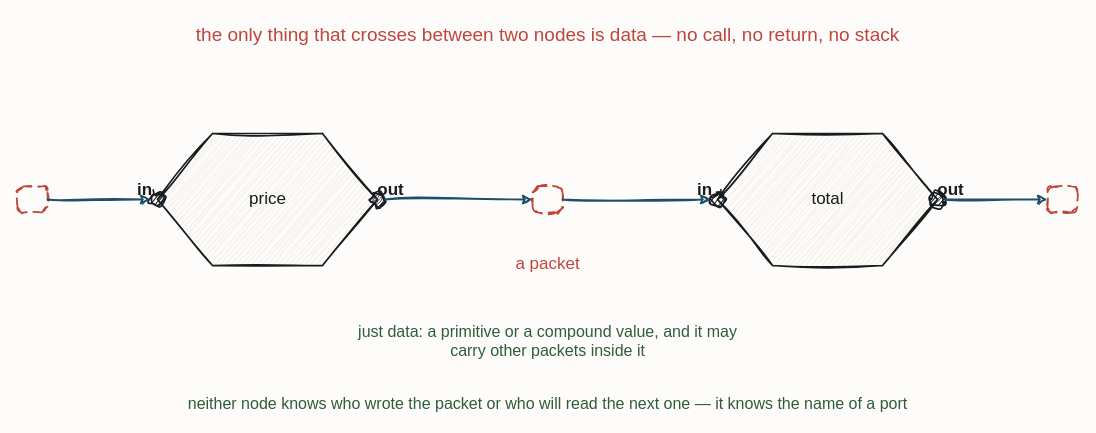
iancooper/practical-messaging keeps this draw.io diagram as resources/flow-two-nodes.drawio. Above is the earlier version. Source tidied: cells renumbered, new cells numbered last; positions are measured from the earlier drawing's top-left corner, leaving out a move shared by most shapes. Both pictures are drawn from the tidied source at 100%, with x=0, y=0 at pixel (17, 17).
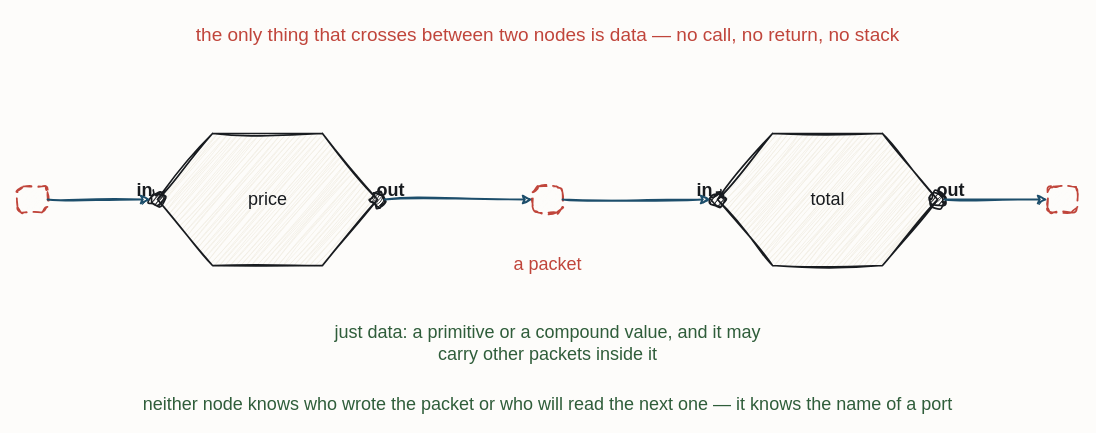
The same diagram, later.

The change refers to these unchanged cells:
```xml
<mxCell id="4" style="sketch=1;hachureGap=4;jiggle=2;curveFitting=1;fontFamily=Caveat;html=1;ellipse;verticalLabelPosition=bottom;verticalAlign=top;strokeColor=#181B1F;strokeWidth=1.7;fillColor=#181B1F;fontColor=#181B1F;fontSize=14;" parent="1" vertex="1">
  <mxGeometry x="133" y="175" width="14" height="14" as="geometry" />
</mxCell>
<mxCell id="6" style="sketch=1;hachureGap=4;jiggle=2;curveFitting=1;fontFamily=Caveat;html=1;ellipse;verticalLabelPosition=bottom;verticalAlign=top;strokeColor=#181B1F;strokeWidth=1.7;fillColor=#181B1F;fontColor=#181B1F;fontSize=14;" parent="1" vertex="1">
  <mxGeometry x="353" y="175" width="14" height="14" as="geometry" />
</mxCell>
<mxCell id="9" style="sketch=1;hachureGap=4;jiggle=2;curveFitting=1;fontFamily=Caveat;html=1;ellipse;verticalLabelPosition=bottom;verticalAlign=top;strokeColor=#181B1F;strokeWidth=1.7;fillColor=#181B1F;fontColor=#181B1F;fontSize=14;" parent="1" vertex="1">
  <mxGeometry x="693" y="175" width="14" height="14" as="geometry" />
</mxCell>
<mxCell id="11" style="sketch=1;hachureGap=4;jiggle=2;curveFitting=1;fontFamily=Caveat;html=1;ellipse;verticalLabelPosition=bottom;verticalAlign=top;strokeColor=#181B1F;strokeWidth=1.7;fillColor=#181B1F;fontColor=#181B1F;fontSize=14;" parent="1" vertex="1">
  <mxGeometry x="913" y="175" width="14" height="14" as="geometry" />
</mxCell>
<mxCell id="13" style="sketch=1;hachureGap=4;jiggle=2;curveFitting=1;fontFamily=Caveat;html=1;rounded=1;arcSize=22;dashed=1;dashPattern=5 4;strokeColor=#C0453B;strokeWidth=1.7;fillColor=#FDFCFA;fontColor=#C0453B;fontSize=13;" parent="1" vertex="1">
  <mxGeometry y="169" width="30" height="26" as="geometry" />
</mxCell>
<mxCell id="14" style="sketch=1;hachureGap=4;jiggle=2;curveFitting=1;fontFamily=Caveat;html=1;rounded=1;arcSize=22;dashed=1;dashPattern=5 4;strokeColor=#C0453B;strokeWidth=1.7;fillColor=#FDFCFA;fontColor=#C0453B;fontSize=13;" parent="1" vertex="1">
  <mxGeometry x="515" y="169" width="30" height="26" as="geometry" />
</mxCell>
<mxCell id="15" style="sketch=1;hachureGap=4;jiggle=2;curveFitting=1;fontFamily=Caveat;html=1;rounded=1;arcSize=22;dashed=1;dashPattern=5 4;strokeColor=#C0453B;strokeWidth=1.7;fillColor=#FDFCFA;fontColor=#C0453B;fontSize=13;" parent="1" vertex="1">
  <mxGeometry x="1030" y="169" width="30" height="26" as="geometry" />
</mxCell>
```

Change to the diagram source:
```diff
@@
-    <mxCell id="3" value="price" style="sketch=1;hachureGap=4;jiggle=2;curveFitting=1;fontFamily=Caveat;html=1;shape=hexagon;perimeter=hexagonPerimeter2;strokeColor=#181B1F;strokeWidth=1.7;fillColor=#F3EFE6;fontColor=#181B1F;fontSize=17;" parent="1" vertex="1">
+    <mxCell id="3" value="price" style="sketch=1;hachureGap=4;jiggle=2;curveFitting=1;fontFamily=Caveat;html=1;shape=hexagon;perimeter=hexagonPerimeter2;strokeColor=#181B1F;strokeWidth=1.7;fillColor=#F3EFE6;fontColor=#181B1F;fontSize=18;" parent="1" vertex="1">
       <mxGeometry x="140" y="116" width="220" height="132" as="geometry" />
     </mxCell>
@@
-    <mxCell id="5" value="in" style="text;html=1;align=center;fontFamily=Caveat;fontSize=17;fontColor=#181B1F;fontStyle=1;" parent="1" vertex="1">
+    <mxCell id="5" value="in" style="text;html=1;align=center;fontFamily=Caveat;fontSize=18;fontColor=#181B1F;fontStyle=1;" parent="1" vertex="1">
       <mxGeometry x="67" y="156" width="120" height="20" as="geometry" />
     </mxCell>
@@
-    <mxCell id="7" value="out" style="text;html=1;align=center;fontFamily=Caveat;fontSize=17;fontColor=#181B1F;fontStyle=1;" parent="1" vertex="1">
+    <mxCell id="7" value="out" style="text;html=1;align=center;fontFamily=Caveat;fontSize=18;fontColor=#181B1F;fontStyle=1;" parent="1" vertex="1">
       <mxGeometry x="313" y="156" width="120" height="20" as="geometry" />
     </mxCell>
-    <mxCell id="8" value="total" style="sketch=1;hachureGap=4;jiggle=2;curveFitting=1;fontFamily=Caveat;html=1;shape=hexagon;perimeter=hexagonPerimeter2;strokeColor=#181B1F;strokeWidth=1.7;fillColor=#F3EFE6;fontColor=#181B1F;fontSize=17;" parent="1" vertex="1">
+    <mxCell id="8" value="total" style="sketch=1;hachureGap=4;jiggle=2;curveFitting=1;fontFamily=Caveat;html=1;shape=hexagon;perimeter=hexagonPerimeter2;strokeColor=#181B1F;strokeWidth=1.7;fillColor=#F3EFE6;fontColor=#181B1F;fontSize=18;" parent="1" vertex="1">
       <mxGeometry x="700" y="116" width="220" height="132" as="geometry" />
     </mxCell>
@@
-    <mxCell id="10" value="in" style="text;html=1;align=center;fontFamily=Caveat;fontSize=17;fontColor=#181B1F;fontStyle=1;" parent="1" vertex="1">
+    <mxCell id="10" value="in" style="text;html=1;align=center;fontFamily=Caveat;fontSize=18;fontColor=#181B1F;fontStyle=1;" parent="1" vertex="1">
       <mxGeometry x="627" y="156" width="120" height="20" as="geometry" />
     </mxCell>
@@
-    <mxCell id="12" value="out" style="text;html=1;align=center;fontFamily=Caveat;fontSize=17;fontColor=#181B1F;fontStyle=1;" parent="1" vertex="1">
+    <mxCell id="12" value="out" style="text;html=1;align=center;fontFamily=Caveat;fontSize=18;fontColor=#181B1F;fontStyle=1;" parent="1" vertex="1">
       <mxGeometry x="873" y="156" width="120" height="20" as="geometry" />
     </mxCell>
@@
-    <mxCell id="16" value="a packet" style="text;html=1;align=center;fontFamily=Caveat;fontSize=17;fontColor=#C0453B;" parent="1" vertex="1">
+    <mxCell id="16" value="a packet" style="text;html=1;align=center;fontFamily=Caveat;fontSize=18;fontColor=#C0453B;" parent="1" vertex="1">
       <mxGeometry x="470" y="230" width="120" height="20" as="geometry" />
     </mxCell>
-    <mxCell id="17" value="just data: a primitive or a compound value, and it may&#10;carry other packets inside it" style="text;html=1;align=center;fontFamily=Caveat;fontSize=16;fontColor=#2F5D3A;" parent="1" vertex="1">
+    <mxCell id="17" value="just data: a primitive or a compound value, and it may&#10;carry other packets inside it" style="text;html=1;align=center;fontFamily=Caveat;fontSize=18;fontColor=#2F5D3A;" parent="1" vertex="1">
       <mxGeometry x="470" y="298" width="120" height="20" as="geometry" />
     </mxCell>
-    <mxCell id="18" value="neither node knows who wrote the packet or who will read the next one — it knows the name of a port" style="text;html=1;align=center;fontFamily=Caveat;fontSize=16;fontColor=#2F5D3A;" parent="1" vertex="1">
+    <mxCell id="18" value="neither node knows who wrote the packet or who will read the next one — it knows the name of a port" style="text;html=1;align=center;fontFamily=Caveat;fontSize=18;fontColor=#2F5D3A;" parent="1" vertex="1">
       <mxGeometry x="470" y="370" width="120" height="20" as="geometry" />
     </mxCell>
-    <mxCell id="19" style="sketch=1;jiggle=2;curveFitting=1;edgeStyle=none;rounded=0;strokeColor=#1D4E6B;strokeWidth=1.8;fontFamily=Caveat;fontSize=17;fontColor=#1D4E6B;html=1;exitX=1.0;exitY=0.5;exitDx=0;exitDy=0;entryX=0.0;entryY=0.5;entryDx=0;entryDy=0;" parent="1" edge="1" source="13" target="4">
+    <mxCell id="19" style="sketch=1;jiggle=2;curveFitting=1;edgeStyle=none;rounded=0;strokeColor=#1D4E6B;strokeWidth=1.8;fontFamily=Caveat;fontSize=18;fontColor=#1D4E6B;html=1;exitX=1.0;exitY=0.5;exitDx=0;exitDy=0;entryX=0.0;entryY=0.5;entryDx=0;entryDy=0;" parent="1" edge="1" source="13" target="4">
       <mxGeometry relative="1" as="geometry" />
     </mxCell>
-    <mxCell id="20" style="sketch=1;jiggle=2;curveFitting=1;edgeStyle=none;rounded=0;strokeColor=#1D4E6B;strokeWidth=1.8;fontFamily=Caveat;fontSize=17;fontColor=#1D4E6B;html=1;exitX=1.0;exitY=0.5;exitDx=0;exitDy=0;entryX=0.0;entryY=0.5;entryDx=0;entryDy=0;" parent="1" edge="1" source="6" target="14">
+    <mxCell id="20" style="sketch=1;jiggle=2;curveFitting=1;edgeStyle=none;rounded=0;strokeColor=#1D4E6B;strokeWidth=1.8;fontFamily=Caveat;fontSize=18;fontColor=#1D4E6B;html=1;exitX=1.0;exitY=0.5;exitDx=0;exitDy=0;entryX=0.0;entryY=0.5;entryDx=0;entryDy=0;" parent="1" edge="1" source="6" target="14">
       <mxGeometry relative="1" as="geometry" />
     </mxCell>
-    <mxCell id="21" style="sketch=1;jiggle=2;curveFitting=1;edgeStyle=none;rounded=0;strokeColor=#1D4E6B;strokeWidth=1.8;fontFamily=Caveat;fontSize=17;fontColor=#1D4E6B;html=1;exitX=1.0;exitY=0.5;exitDx=0;exitDy=0;entryX=0.0;entryY=0.5;entryDx=0;entryDy=0;" parent="1" edge="1" source="14" target="9">
+    <mxCell id="21" style="sketch=1;jiggle=2;curveFitting=1;edgeStyle=none;rounded=0;strokeColor=#1D4E6B;strokeWidth=1.8;fontFamily=Caveat;fontSize=18;fontColor=#1D4E6B;html=1;exitX=1.0;exitY=0.5;exitDx=0;exitDy=0;entryX=0.0;entryY=0.5;entryDx=0;entryDy=0;" parent="1" edge="1" source="14" target="9">
       <mxGeometry relative="1" as="geometry" />
     </mxCell>
-    <mxCell id="22" style="sketch=1;jiggle=2;curveFitting=1;edgeStyle=none;rounded=0;strokeColor=#1D4E6B;strokeWidth=1.8;fontFamily=Caveat;fontSize=17;fontColor=#1D4E6B;html=1;exitX=1.0;exitY=0.5;exitDx=0;exitDy=0;entryX=0.0;entryY=0.5;entryDx=0;entryDy=0;" parent="1" edge="1" source="11" target="15">
+    <mxCell id="22" style="sketch=1;jiggle=2;curveFitting=1;edgeStyle=none;rounded=0;strokeColor=#1D4E6B;strokeWidth=1.8;fontFamily=Caveat;fontSize=18;fontColor=#1D4E6B;html=1;exitX=1.0;exitY=0.5;exitDx=0;exitDy=0;entryX=0.0;entryY=0.5;entryDx=0;entryDy=0;" parent="1" edge="1" source="11" target="15">
       <mxGeometry relative="1" as="geometry" />
     </mxCell>
```
